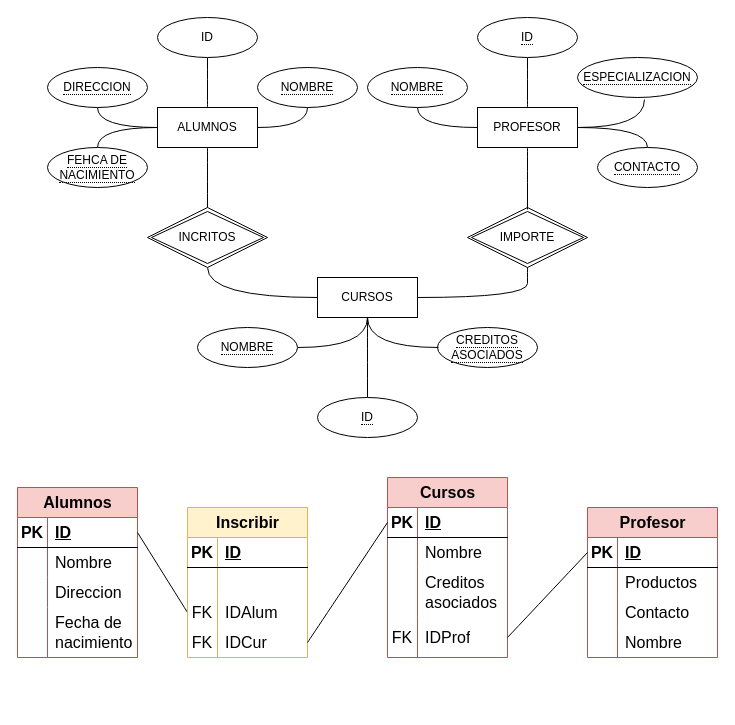
This is page "EJERCICIO (UNI)" (4 of 4) of Relacion_entidad.io.drawio from leoandyaz/Base-de-datos, a draw.io file, before an edit. Source tidied: cells renumbered, new cells numbered last; positions are measured from the earlier drawing's top-left corner, leaving out a move shared by most shapes. Both pictures are drawn from the tidied source at 100%, with x=0, y=0 at pixel (17, 17).
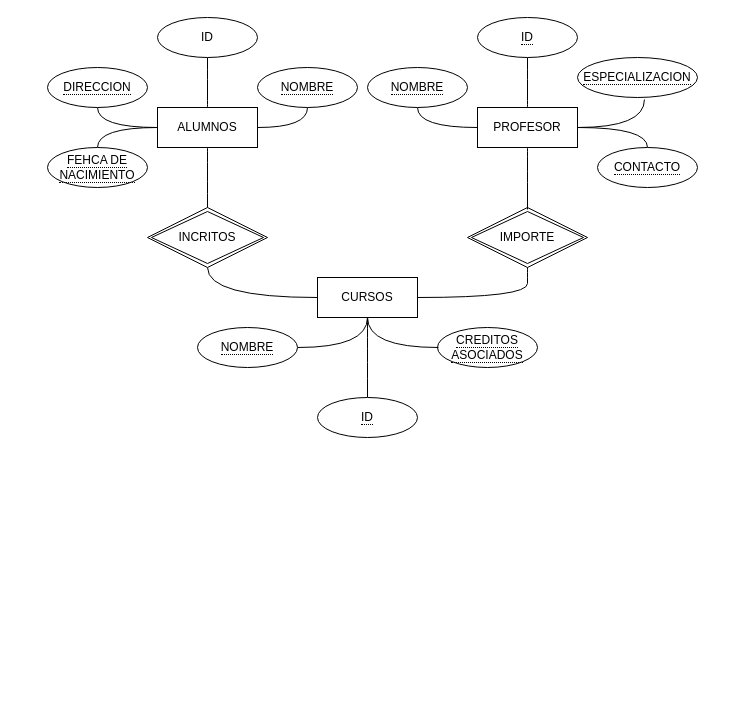
The same page after the edit.

What changed in the source:
```diff
@@
-    <mxCell id="33" value="Alumnos" style="shape=table;startSize=30;childLayout=tableLayout;rowLines=0;fontStyle=1;align=center;html=1;fontSize=16;fillColor=#f8cecc;strokeColor=#b85450;" parent="1" vertex="1">
-      <mxGeometry y="470" width="120" height="170" as="geometry" />
-    </mxCell>
-    <mxCell id="34" style="shape=tableRow;horizontal=0;startSize=0;swimlaneHead=0;swimlaneBody=0;fillColor=none;points=[[0,0.5],[1,0.5]];portConstraint=eastwest;top=0;left=0;right=0;bottom=1;fontSize=16;" parent="33" vertex="1">
-      <mxGeometry y="30" width="120" height="30" as="geometry" />
-    </mxCell>
-    <mxCell id="35" value="PK" style="shape=partialRectangle;fillColor=none;top=0;left=0;bottom=0;right=0;fontStyle=1;overflow=hidden;whiteSpace=wrap;html=1;fontSize=16;" parent="34" vertex="1">
-      <mxGeometry width="30" height="30" as="geometry" />
-    </mxCell>
-    <mxCell id="36" value="ID" style="shape=partialRectangle;fillColor=none;top=0;left=0;bottom=0;right=0;align=left;spacingLeft=6;fontStyle=5;overflow=hidden;whiteSpace=wrap;html=1;fontSize=16;" parent="34" vertex="1">
-      <mxGeometry x="30" width="90" height="30" as="geometry" />
-    </mxCell>
-    <mxCell id="37" style="shape=tableRow;horizontal=0;startSize=0;swimlaneHead=0;swimlaneBody=0;fillColor=none;top=0;left=0;right=0;bottom=0;fontSize=16;" parent="33" vertex="1">
-      <mxGeometry y="60" width="120" height="30" as="geometry" />
-    </mxCell>
-    <mxCell id="38" style="shape=partialRectangle;fillColor=none;top=0;left=0;bottom=0;right=0;overflow=hidden;whiteSpace=wrap;html=1;fontSize=16;" parent="37" vertex="1">
-      <mxGeometry width="30" height="30" as="geometry" />
-    </mxCell>
-    <mxCell id="39" value="Nombre" style="shape=partialRectangle;fillColor=none;top=0;left=0;bottom=0;right=0;align=left;spacingLeft=6;overflow=hidden;whiteSpace=wrap;html=1;fontSize=16;" parent="37" vertex="1">
-      <mxGeometry x="30" width="90" height="30" as="geometry" />
-    </mxCell>
-    <mxCell id="40" style="shape=tableRow;horizontal=0;startSize=0;swimlaneHead=0;swimlaneBody=0;fillColor=none;top=0;left=0;right=0;bottom=0;fontSize=16;" parent="33" vertex="1">
-      <mxGeometry y="90" width="120" height="30" as="geometry" />
-    </mxCell>
-    <mxCell id="41" style="shape=partialRectangle;fillColor=none;top=0;left=0;bottom=0;right=0;overflow=hidden;whiteSpace=wrap;html=1;fontSize=16;" parent="40" vertex="1">
-      <mxGeometry width="30" height="30" as="geometry" />
-    </mxCell>
-    <mxCell id="42" value="Direccion" style="shape=partialRectangle;fillColor=none;top=0;left=0;bottom=0;right=0;align=left;spacingLeft=6;overflow=hidden;whiteSpace=wrap;html=1;fontSize=16;" parent="40" vertex="1">
-      <mxGeometry x="30" width="90" height="30" as="geometry" />
-    </mxCell>
-    <mxCell id="43" style="shape=tableRow;horizontal=0;startSize=0;swimlaneHead=0;swimlaneBody=0;fillColor=none;top=0;left=0;right=0;bottom=0;fontSize=16;" parent="33" vertex="1">
-      <mxGeometry y="120" width="120" height="50" as="geometry" />
-    </mxCell>
-    <mxCell id="44" style="shape=partialRectangle;fillColor=none;top=0;left=0;bottom=0;right=0;overflow=hidden;whiteSpace=wrap;html=1;fontSize=16;" parent="43" vertex="1">
-      <mxGeometry width="30" height="50" as="geometry" />
-    </mxCell>
-    <mxCell id="45" value="Fecha de nacimiento" style="shape=partialRectangle;fillColor=none;top=0;left=0;bottom=0;right=0;align=left;spacingLeft=6;overflow=hidden;whiteSpace=wrap;html=1;fontSize=16;" parent="43" vertex="1">
-      <mxGeometry x="30" width="90" height="50" as="geometry" />
-    </mxCell>
-    <mxCell id="46" value="Profesor" style="shape=table;startSize=30;childLayout=tableLayout;rowLines=0;fontStyle=1;align=center;html=1;fontSize=16;fillColor=#f8cecc;strokeColor=#b85450;" parent="1" vertex="1">
-      <mxGeometry x="570" y="490" width="130" height="150" as="geometry" />
-    </mxCell>
-    <mxCell id="47" style="shape=tableRow;horizontal=0;startSize=0;swimlaneHead=0;swimlaneBody=0;fillColor=none;points=[[0,0.5],[1,0.5]];portConstraint=eastwest;top=0;left=0;right=0;bottom=1;fontSize=16;" parent="46" vertex="1">
-      <mxGeometry y="30" width="130" height="30" as="geometry" />
-    </mxCell>
-    <mxCell id="48" value="PK" style="shape=partialRectangle;fillColor=none;top=0;left=0;bottom=0;right=0;fontStyle=1;overflow=hidden;whiteSpace=wrap;html=1;fontSize=16;" parent="47" vertex="1">
-      <mxGeometry width="30" height="30" as="geometry" />
-    </mxCell>
-    <mxCell id="49" value="ID" style="shape=partialRectangle;fillColor=none;top=0;left=0;bottom=0;right=0;align=left;spacingLeft=6;fontStyle=5;overflow=hidden;whiteSpace=wrap;html=1;fontSize=16;" parent="47" vertex="1">
-      <mxGeometry x="30" width="100" height="30" as="geometry" />
-    </mxCell>
-    <mxCell id="50" style="shape=tableRow;horizontal=0;startSize=0;swimlaneHead=0;swimlaneBody=0;fillColor=none;top=0;left=0;right=0;bottom=0;fontSize=16;" parent="46" vertex="1">
-      <mxGeometry y="60" width="130" height="30" as="geometry" />
-    </mxCell>
-    <mxCell id="51" style="shape=partialRectangle;fillColor=none;top=0;left=0;bottom=0;right=0;overflow=hidden;whiteSpace=wrap;html=1;fontSize=16;" parent="50" vertex="1">
-      <mxGeometry width="30" height="30" as="geometry" />
-    </mxCell>
-    <mxCell id="52" value="Productos" style="shape=partialRectangle;fillColor=none;top=0;left=0;bottom=0;right=0;align=left;spacingLeft=6;overflow=hidden;whiteSpace=wrap;html=1;fontSize=16;" parent="50" vertex="1">
-      <mxGeometry x="30" width="100" height="30" as="geometry" />
-    </mxCell>
-    <mxCell id="53" style="shape=tableRow;horizontal=0;startSize=0;swimlaneHead=0;swimlaneBody=0;fillColor=none;top=0;left=0;right=0;bottom=0;fontSize=16;" parent="46" vertex="1">
-      <mxGeometry y="90" width="130" height="30" as="geometry" />
-    </mxCell>
-    <mxCell id="54" style="shape=partialRectangle;fillColor=none;top=0;left=0;bottom=0;right=0;overflow=hidden;whiteSpace=wrap;html=1;fontSize=16;" parent="53" vertex="1">
-      <mxGeometry width="30" height="30" as="geometry" />
-    </mxCell>
-    <mxCell id="55" value="Contacto" style="shape=partialRectangle;fillColor=none;top=0;left=0;bottom=0;right=0;align=left;spacingLeft=6;overflow=hidden;whiteSpace=wrap;html=1;fontSize=16;" parent="53" vertex="1">
-      <mxGeometry x="30" width="100" height="30" as="geometry" />
-    </mxCell>
-    <mxCell id="56" style="shape=tableRow;horizontal=0;startSize=0;swimlaneHead=0;swimlaneBody=0;fillColor=none;top=0;left=0;right=0;bottom=0;fontSize=16;" parent="46" vertex="1">
-      <mxGeometry y="120" width="130" height="30" as="geometry" />
-    </mxCell>
-    <mxCell id="57" style="shape=partialRectangle;fillColor=none;top=0;left=0;bottom=0;right=0;overflow=hidden;whiteSpace=wrap;html=1;fontSize=16;" parent="56" vertex="1">
-      <mxGeometry width="30" height="30" as="geometry" />
-    </mxCell>
-    <mxCell id="58" value="Nombre" style="shape=partialRectangle;fillColor=none;top=0;left=0;bottom=0;right=0;align=left;spacingLeft=6;overflow=hidden;whiteSpace=wrap;html=1;fontSize=16;" parent="56" vertex="1">
-      <mxGeometry x="30" width="100" height="30" as="geometry" />
-    </mxCell>
-    <mxCell id="59" style="shape=partialRectangle;fillColor=none;top=0;left=0;bottom=0;right=0;overflow=hidden;whiteSpace=wrap;html=1;fontSize=16;" parent="1" vertex="1">
-      <mxGeometry x="10" y="640" width="30" height="50" as="geometry" />
-    </mxCell>
-    <mxCell id="60" value="Cursos" style="shape=table;startSize=30;childLayout=tableLayout;rowLines=0;fontStyle=1;align=center;html=1;fontSize=16;fillColor=#f8cecc;strokeColor=#b85450;" parent="1" vertex="1">
-      <mxGeometry x="370" y="460" width="120" height="180" as="geometry" />
-    </mxCell>
-    <mxCell id="61" style="shape=tableRow;horizontal=0;startSize=0;swimlaneHead=0;swimlaneBody=0;fillColor=none;points=[[0,0.5],[1,0.5]];portConstraint=eastwest;top=0;left=0;right=0;bottom=1;fontSize=16;" parent="60" vertex="1">
-      <mxGeometry y="30" width="120" height="30" as="geometry" />
-    </mxCell>
-    <mxCell id="62" value="PK" style="shape=partialRectangle;fillColor=none;top=0;left=0;bottom=0;right=0;fontStyle=1;overflow=hidden;whiteSpace=wrap;html=1;fontSize=16;" parent="61" vertex="1">
-      <mxGeometry width="30" height="30" as="geometry" />
-    </mxCell>
-    <mxCell id="63" value="ID" style="shape=partialRectangle;fillColor=none;top=0;left=0;bottom=0;right=0;align=left;spacingLeft=6;fontStyle=5;overflow=hidden;whiteSpace=wrap;html=1;fontSize=16;" parent="61" vertex="1">
-      <mxGeometry x="30" width="90" height="30" as="geometry" />
-    </mxCell>
-    <mxCell id="64" style="shape=tableRow;horizontal=0;startSize=0;swimlaneHead=0;swimlaneBody=0;fillColor=none;top=0;left=0;right=0;bottom=0;fontSize=16;" parent="60" vertex="1">
-      <mxGeometry y="60" width="120" height="30" as="geometry" />
-    </mxCell>
-    <mxCell id="65" style="shape=partialRectangle;fillColor=none;top=0;left=0;bottom=0;right=0;overflow=hidden;whiteSpace=wrap;html=1;fontSize=16;" parent="64" vertex="1">
-      <mxGeometry width="30" height="30" as="geometry" />
-    </mxCell>
-    <mxCell id="66" value="Nombre" style="shape=partialRectangle;fillColor=none;top=0;left=0;bottom=0;right=0;align=left;spacingLeft=6;overflow=hidden;whiteSpace=wrap;html=1;fontSize=16;" parent="64" vertex="1">
-      <mxGeometry x="30" width="90" height="30" as="geometry" />
-    </mxCell>
-    <mxCell id="67" style="shape=tableRow;horizontal=0;startSize=0;swimlaneHead=0;swimlaneBody=0;fillColor=none;top=0;left=0;right=0;bottom=0;fontSize=16;" parent="60" vertex="1">
-      <mxGeometry y="90" width="120" height="50" as="geometry" />
-    </mxCell>
-    <mxCell id="68" style="shape=partialRectangle;fillColor=none;top=0;left=0;bottom=0;right=0;overflow=hidden;whiteSpace=wrap;html=1;fontSize=16;" parent="67" vertex="1">
-      <mxGeometry width="30" height="50" as="geometry" />
-    </mxCell>
-    <mxCell id="69" value="Creditos asociados" style="shape=partialRectangle;fillColor=none;top=0;left=0;bottom=0;right=0;align=left;spacingLeft=6;overflow=hidden;whiteSpace=wrap;html=1;fontSize=16;" parent="67" vertex="1">
-      <mxGeometry x="30" width="90" height="50" as="geometry" />
-    </mxCell>
-    <mxCell id="70" style="shape=tableRow;horizontal=0;startSize=0;swimlaneHead=0;swimlaneBody=0;fillColor=none;points=[[0,0.5],[1,0.5]];portConstraint=eastwest;top=0;left=0;right=0;bottom=0;fontSize=16;" parent="60" vertex="1">
-      <mxGeometry y="140" width="120" height="40" as="geometry" />
-    </mxCell>
-    <mxCell id="71" value="FK" style="shape=partialRectangle;fillColor=none;top=0;left=0;bottom=0;right=0;overflow=hidden;whiteSpace=wrap;html=1;fontSize=16;" parent="70" vertex="1">
-      <mxGeometry width="30" height="40" as="geometry" />
-    </mxCell>
-    <mxCell id="72" value="IDProf" style="shape=partialRectangle;fillColor=none;top=0;left=0;bottom=0;right=0;align=left;spacingLeft=6;overflow=hidden;whiteSpace=wrap;html=1;fontSize=16;" parent="70" vertex="1">
-      <mxGeometry x="30" width="90" height="40" as="geometry" />
-    </mxCell>
-    <mxCell id="73" style="edgeStyle=none;curved=1;rounded=0;jettySize=auto;html=1;entryX=0;entryY=0.5;entryDx=0;entryDy=0;fontSize=12;startSize=8;endSize=8;exitX=1;exitY=0.5;exitDx=0;exitDy=0;endArrow=none;endFill=0;" parent="1" edge="1" source="70" target="47">
-      <mxGeometry relative="1" as="geometry" />
-    </mxCell>
-    <mxCell id="74" style="edgeStyle=none;curved=1;rounded=0;jettySize=auto;html=1;entryX=1;entryY=0.5;entryDx=0;entryDy=0;fontSize=12;startSize=8;endSize=8;exitX=0;exitY=0.5;exitDx=0;exitDy=0;endArrow=none;endFill=0;" parent="1" edge="1" source="82" target="34">
-      <mxGeometry relative="1" as="geometry" />
-    </mxCell>
-    <mxCell id="75" value="Inscribir" style="shape=table;startSize=30;childLayout=tableLayout;rowLines=0;fontStyle=1;align=center;html=1;fontSize=16;fillColor=#fff2cc;strokeColor=#d6b656;" parent="1" vertex="1">
-      <mxGeometry x="170" y="490" width="120" height="150" as="geometry" />
-    </mxCell>
-    <mxCell id="76" style="shape=tableRow;horizontal=0;startSize=0;swimlaneHead=0;swimlaneBody=0;fillColor=none;top=0;left=0;right=0;bottom=1;fontSize=16;" parent="75" vertex="1">
-      <mxGeometry y="30" width="120" height="30" as="geometry" />
-    </mxCell>
-    <mxCell id="77" value="PK" style="shape=partialRectangle;fillColor=none;top=0;left=0;bottom=0;right=0;fontStyle=1;overflow=hidden;whiteSpace=wrap;html=1;fontSize=16;" parent="76" vertex="1">
-      <mxGeometry width="30" height="30" as="geometry" />
-    </mxCell>
-    <mxCell id="78" value="ID" style="shape=partialRectangle;fillColor=none;top=0;left=0;bottom=0;right=0;align=left;spacingLeft=6;fontStyle=5;overflow=hidden;whiteSpace=wrap;html=1;fontSize=16;" parent="76" vertex="1">
-      <mxGeometry x="30" width="90" height="30" as="geometry" />
-    </mxCell>
-    <mxCell id="79" style="shape=tableRow;horizontal=0;startSize=0;swimlaneHead=0;swimlaneBody=0;fillColor=none;top=0;left=0;right=0;bottom=0;fontSize=16;" parent="75" vertex="1">
-      <mxGeometry y="60" width="120" height="30" as="geometry" />
-    </mxCell>
-    <mxCell id="80" style="shape=partialRectangle;fillColor=none;top=0;left=0;bottom=0;right=0;overflow=hidden;whiteSpace=wrap;html=1;fontSize=16;" parent="79" vertex="1">
-      <mxGeometry width="30" height="30" as="geometry" />
-    </mxCell>
-    <mxCell id="81" style="shape=partialRectangle;fillColor=none;top=0;left=0;bottom=0;right=0;align=left;spacingLeft=6;overflow=hidden;whiteSpace=wrap;html=1;fontSize=16;" parent="79" vertex="1">
-      <mxGeometry x="30" width="90" height="30" as="geometry" />
-    </mxCell>
-    <mxCell id="82" style="shape=tableRow;horizontal=0;startSize=0;swimlaneHead=0;swimlaneBody=0;fillColor=none;points=[[0,0.5],[1,0.5]];portConstraint=eastwest;top=0;left=0;right=0;bottom=0;fontSize=16;" parent="75" vertex="1">
-      <mxGeometry y="90" width="120" height="30" as="geometry" />
-    </mxCell>
-    <mxCell id="83" value="FK" style="shape=partialRectangle;fillColor=none;top=0;left=0;bottom=0;right=0;overflow=hidden;whiteSpace=wrap;html=1;fontSize=16;" parent="82" vertex="1">
-      <mxGeometry width="30" height="30" as="geometry" />
-    </mxCell>
-    <mxCell id="84" value="IDAlum" style="shape=partialRectangle;fillColor=none;top=0;left=0;bottom=0;right=0;align=left;spacingLeft=6;overflow=hidden;whiteSpace=wrap;html=1;fontSize=16;" parent="82" vertex="1">
-      <mxGeometry x="30" width="90" height="30" as="geometry" />
-    </mxCell>
-    <mxCell id="85" style="shape=tableRow;horizontal=0;startSize=0;swimlaneHead=0;swimlaneBody=0;fillColor=none;points=[[0,0.5],[1,0.5]];portConstraint=eastwest;top=0;left=0;right=0;bottom=0;fontSize=16;" parent="75" vertex="1">
-      <mxGeometry y="120" width="120" height="30" as="geometry" />
-    </mxCell>
-    <mxCell id="86" value="FK" style="shape=partialRectangle;fillColor=none;top=0;left=0;bottom=0;right=0;overflow=hidden;whiteSpace=wrap;html=1;fontSize=16;" parent="85" vertex="1">
-      <mxGeometry width="30" height="30" as="geometry" />
-    </mxCell>
-    <mxCell id="87" value="IDCur" style="shape=partialRectangle;fillColor=none;top=0;left=0;bottom=0;right=0;align=left;spacingLeft=6;overflow=hidden;whiteSpace=wrap;html=1;fontSize=16;" parent="85" vertex="1">
-      <mxGeometry x="30" width="90" height="30" as="geometry" />
-    </mxCell>
-    <mxCell id="88" style="edgeStyle=none;curved=1;rounded=0;jettySize=auto;html=1;entryX=0;entryY=0.5;entryDx=0;entryDy=0;fontSize=12;startSize=8;endSize=8;endArrow=none;endFill=0;exitX=1;exitY=0.5;exitDx=0;exitDy=0;" parent="1" edge="1" source="85" target="61">
-      <mxGeometry relative="1" as="geometry" />
-    </mxCell>
```
